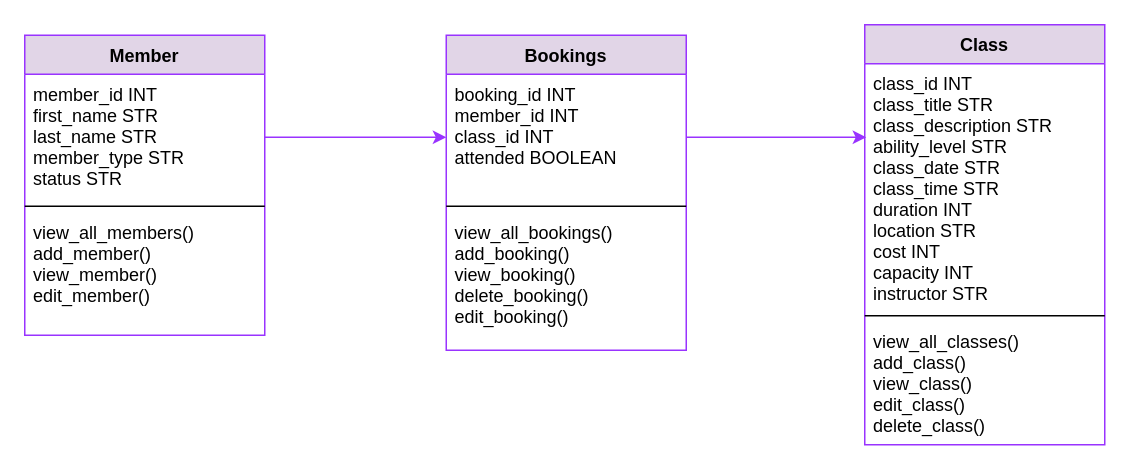
Earlier version of the draw.io diagram diagrams/project_class_diagram.drawio (M5FGN/codeclan_project_gymclan). Source tidied: cells renumbered, new cells numbered last; positions are measured from the earlier drawing's top-left corner, leaving out a move shared by most shapes. Both pictures are drawn from the tidied source at 150%, with x=0, y=0 at pixel (24, 24).
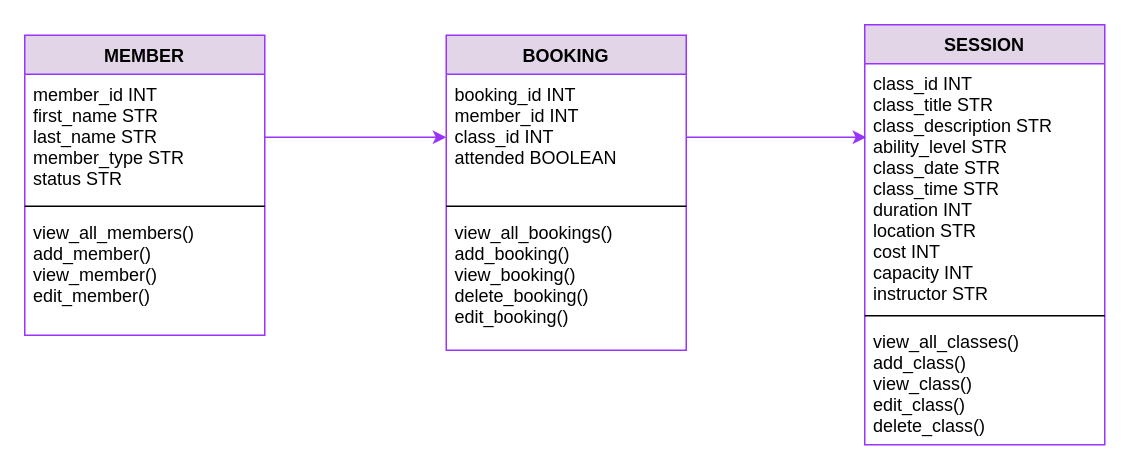
After the change.

Diff of the diagram source:
```diff
@@
 <mxGraphModel>
   <root>
     <mxCell id="0" />
     <mxCell id="1" parent="0" />
-    <mxCell id="2" value="Member" style="swimlane;fontStyle=1;align=center;verticalAlign=top;horizontal=1;startSize=26;fillColor=#e1d5e7;strokeColor=#9933FF;" parent="1" vertex="1">
+    <mxCell id="2" value="MEMBER" style="swimlane;fontStyle=1;align=center;verticalAlign=top;horizontal=1;startSize=26;fillColor=#e1d5e7;strokeColor=#9933FF;" parent="1" vertex="1">
       <mxGeometry y="7" width="160" height="200" as="geometry" />
     </mxCell>
     <mxCell id="3" value="member_id INT&#10;first_name STR&#10;last_name STR&#10;member_type STR&#10;status STR" style="text;strokeColor=none;fillColor=none;align=left;verticalAlign=top;spacingLeft=4;spacingRight=4;overflow=hidden;points=[[0,0.5],[1,0.5]];portConstraint=eastwest;" parent="2" vertex="1">
       <mxGeometry y="26" width="160" height="84" as="geometry" />
     </mxCell>
     <mxCell id="4" style="line;strokeWidth=1;fillColor=none;align=left;verticalAlign=middle;spacingTop=-1;spacingLeft=3;spacingRight=3;labelPosition=right;" parent="2" vertex="1">
       <mxGeometry y="110" width="160" height="8" as="geometry" />
     </mxCell>
     <mxCell id="5" value="view_all_members()&#10;add_member()&#10;view_member()&#10;edit_member()" style="text;strokeColor=none;fillColor=none;align=left;verticalAlign=top;spacingLeft=4;spacingRight=4;overflow=hidden;" parent="2" vertex="1">
       <mxGeometry y="118" width="160" height="82" as="geometry" />
     </mxCell>
-    <mxCell id="6" value="Bookings" style="swimlane;fontStyle=1;align=center;verticalAlign=top;horizontal=1;startSize=26;fillColor=#e1d5e7;strokeColor=#9933FF;" parent="1" vertex="1">
+    <mxCell id="6" value="BOOKING" style="swimlane;fontStyle=1;align=center;verticalAlign=top;horizontal=1;startSize=26;fillColor=#e1d5e7;strokeColor=#9933FF;" parent="1" vertex="1">
       <mxGeometry x="281" y="7" width="160" height="210" as="geometry" />
     </mxCell>
     <mxCell id="7" value="booking_id INT&#10;member_id INT&#10;class_id INT&#10;attended BOOLEAN" style="text;strokeColor=none;fillColor=none;align=left;verticalAlign=top;spacingLeft=4;spacingRight=4;overflow=hidden;points=[[0,0.5],[1,0.5]];portConstraint=eastwest;" parent="6" vertex="1">
       <mxGeometry y="26" width="160" height="84" as="geometry" />
     </mxCell>
     <mxCell id="8" style="line;strokeWidth=1;fillColor=none;align=left;verticalAlign=middle;spacingTop=-1;spacingLeft=3;spacingRight=3;labelPosition=right;" parent="6" vertex="1">
       <mxGeometry y="110" width="160" height="8" as="geometry" />
     </mxCell>
     <mxCell id="9" value="view_all_bookings()&#10;add_booking()&#10;view_booking()&#10;delete_booking()&#10;edit_booking()" style="text;strokeColor=none;fillColor=none;align=left;verticalAlign=top;spacingLeft=4;spacingRight=4;overflow=hidden;" parent="6" vertex="1">
       <mxGeometry y="118" width="160" height="92" as="geometry" />
     </mxCell>
-    <mxCell id="10" value="Class" style="swimlane;fontStyle=1;align=center;verticalAlign=top;horizontal=1;startSize=26;fillColor=#e1d5e7;strokeColor=#9933FF;" parent="1" vertex="1">
+    <mxCell id="10" value="SESSION" style="swimlane;fontStyle=1;align=center;verticalAlign=top;horizontal=1;startSize=26;fillColor=#e1d5e7;strokeColor=#9933FF;" parent="1" vertex="1">
       <mxGeometry x="560" width="160" height="280" as="geometry" />
     </mxCell>
     <mxCell id="11" value="class_id INT&#10;class_title STR&#10;class_description STR&#10;ability_level STR&#10;class_date STR&#10;class_time STR&#10;duration INT&#10;location STR&#10;cost INT&#10;capacity INT&#10;instructor STR&#10;" style="text;strokeColor=none;fillColor=none;align=left;verticalAlign=top;spacingLeft=4;spacingRight=4;overflow=hidden;points=[[0,0.5],[1,0.5]];portConstraint=eastwest;" parent="10" vertex="1">
       <mxGeometry y="26" width="160" height="164" as="geometry" />
     </mxCell>
     <mxCell id="12" style="line;strokeWidth=1;fillColor=none;align=left;verticalAlign=middle;spacingTop=-1;spacingLeft=3;spacingRight=3;labelPosition=right;" parent="10" vertex="1">
       <mxGeometry y="190" width="160" height="8" as="geometry" />
     </mxCell>
     <mxCell id="13" value="view_all_classes()&#10;add_class()&#10;view_class()&#10;edit_class()&#10;delete_class()&#10;&#10;" style="text;strokeColor=none;fillColor=none;align=left;verticalAlign=top;spacingLeft=4;spacingRight=4;overflow=hidden;" parent="10" vertex="1">
       <mxGeometry y="198" width="160" height="82" as="geometry" />
     </mxCell>
     <mxCell id="14" style="edgeStyle=orthogonalEdgeStyle;rounded=0;jettySize=auto;html=1;exitX=1;exitY=0.5;exitDx=0;exitDy=0;entryX=0;entryY=0.5;entryDx=0;entryDy=0;strokeColor=#9933FF;" parent="1" edge="1" source="3" target="7">
       <mxGeometry relative="1" as="geometry" />
     </mxCell>
     <mxCell id="15" style="edgeStyle=orthogonalEdgeStyle;rounded=0;jettySize=auto;html=1;exitX=1;exitY=0.5;exitDx=0;exitDy=0;entryX=0.006;entryY=0.299;entryDx=0;entryDy=0;entryPerimeter=0;strokeColor=#9933FF;" parent="1" edge="1" source="7" target="11">
       <mxGeometry relative="1" as="geometry" />
     </mxCell>
   </root>
 </mxGraphModel>
```
